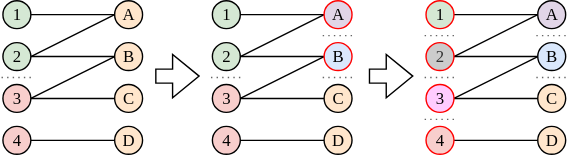
jatsqi/master-thesis-latex keeps this draw.io diagram as Bilder/DrawIO/strat_rec.svg. Above is the earlier version. Source tidied: cells renumbered, new cells last; positions are measured from the earlier drawing's top-left corner, leaving out a move shared by most shapes. Source of this version:
```xml
<mxGraphModel>
  <root>
    <mxCell id="0" />
    <mxCell id="1" parent="0" />
    <mxCell id="2" style="edgeStyle=none;shape=connector;rounded=0;jettySize=auto;html=1;strokeColor=default;align=center;verticalAlign=middle;fontFamily=Helvetica;fontSize=11;fontColor=default;labelBackgroundColor=default;endArrow=none;endFill=0;entryX=0;entryY=0.5;entryDx=0;entryDy=0;" parent="1" edge="1" source="3" target="12">
      <mxGeometry relative="1" as="geometry" />
    </mxCell>
    <mxCell id="3" value="1" style="ellipse;whiteSpace=wrap;html=1;fontFamily=Times New Roman;fillColor=#d5e8d4;strokeColor=default;" parent="1" vertex="1">
      <mxGeometry x="1" width="20" height="20" as="geometry" />
    </mxCell>
    <mxCell id="4" style="edgeStyle=none;shape=connector;rounded=0;jettySize=auto;html=1;entryX=0;entryY=0.5;entryDx=0;entryDy=0;strokeColor=default;align=center;verticalAlign=middle;fontFamily=Helvetica;fontSize=11;fontColor=default;labelBackgroundColor=default;endArrow=none;endFill=0;exitX=1;exitY=0.5;exitDx=0;exitDy=0;" parent="1" edge="1" source="6" target="12">
      <mxGeometry relative="1" as="geometry" />
    </mxCell>
    <mxCell id="5" style="edgeStyle=none;shape=connector;rounded=0;jettySize=auto;html=1;entryX=0;entryY=0.5;entryDx=0;entryDy=0;strokeColor=default;align=center;verticalAlign=middle;fontFamily=Helvetica;fontSize=11;fontColor=default;labelBackgroundColor=default;endArrow=none;endFill=0;" parent="1" edge="1" source="6" target="13">
      <mxGeometry relative="1" as="geometry" />
    </mxCell>
    <mxCell id="6" value="2" style="ellipse;whiteSpace=wrap;html=1;fontFamily=Times New Roman;fillColor=#d5e8d4;strokeColor=default;" parent="1" vertex="1">
      <mxGeometry x="1" y="30" width="20" height="20" as="geometry" />
    </mxCell>
    <mxCell id="7" style="edgeStyle=none;shape=connector;rounded=0;jettySize=auto;html=1;entryX=0;entryY=0.5;entryDx=0;entryDy=0;strokeColor=default;align=center;verticalAlign=middle;fontFamily=Helvetica;fontSize=11;fontColor=default;labelBackgroundColor=default;endArrow=none;endFill=0;exitX=1;exitY=0.5;exitDx=0;exitDy=0;" parent="1" edge="1" source="9" target="14">
      <mxGeometry relative="1" as="geometry" />
    </mxCell>
    <mxCell id="8" style="edgeStyle=none;shape=connector;rounded=0;jettySize=auto;html=1;exitX=1;exitY=0.5;exitDx=0;exitDy=0;entryX=0;entryY=0.5;entryDx=0;entryDy=0;strokeColor=default;align=center;verticalAlign=middle;fontFamily=Helvetica;fontSize=11;fontColor=default;labelBackgroundColor=default;endArrow=none;endFill=0;" parent="1" edge="1" source="9" target="13">
      <mxGeometry relative="1" as="geometry" />
    </mxCell>
    <mxCell id="9" value="3" style="ellipse;whiteSpace=wrap;html=1;fontFamily=Times New Roman;fillColor=#f8cecc;strokeColor=default;" parent="1" vertex="1">
      <mxGeometry x="1" y="60" width="20" height="20" as="geometry" />
    </mxCell>
    <mxCell id="10" style="edgeStyle=none;shape=connector;rounded=0;jettySize=auto;html=1;exitX=1;exitY=0.5;exitDx=0;exitDy=0;entryX=0;entryY=0.5;entryDx=0;entryDy=0;strokeColor=default;align=center;verticalAlign=middle;fontFamily=Helvetica;fontSize=11;fontColor=default;labelBackgroundColor=default;endArrow=none;endFill=0;" parent="1" edge="1" source="11" target="15">
      <mxGeometry relative="1" as="geometry" />
    </mxCell>
    <mxCell id="11" value="4" style="ellipse;whiteSpace=wrap;html=1;fontFamily=Times New Roman;fillColor=#f8cecc;strokeColor=default;" parent="1" vertex="1">
      <mxGeometry x="1" y="90" width="20" height="20" as="geometry" />
    </mxCell>
    <mxCell id="12" value="A" style="ellipse;whiteSpace=wrap;html=1;fontFamily=Times New Roman;fillColor=#ffe6cc;strokeColor=default;" parent="1" vertex="1">
      <mxGeometry x="81" width="20" height="20" as="geometry" />
    </mxCell>
    <mxCell id="13" value="B" style="ellipse;whiteSpace=wrap;html=1;fontFamily=Times New Roman;fillColor=#ffe6cc;strokeColor=default;" parent="1" vertex="1">
      <mxGeometry x="81" y="30" width="20" height="20" as="geometry" />
    </mxCell>
    <mxCell id="14" value="C" style="ellipse;whiteSpace=wrap;html=1;fontFamily=Times New Roman;fillColor=#ffe6cc;strokeColor=default;" parent="1" vertex="1">
      <mxGeometry x="81" y="60" width="20" height="20" as="geometry" />
    </mxCell>
    <mxCell id="15" value="D" style="ellipse;whiteSpace=wrap;html=1;fontFamily=Times New Roman;fillColor=#ffe6cc;strokeColor=default;" parent="1" vertex="1">
      <mxGeometry x="81" y="90" width="20" height="20" as="geometry" />
    </mxCell>
    <mxCell id="16" style="endArrow=none;dashed=1;html=1;dashPattern=1 3;strokeWidth=1;rounded=0;strokeColor=#666666;align=center;verticalAlign=middle;fontFamily=Helvetica;fontSize=11;fontColor=default;labelBackgroundColor=default;fillColor=#f5f5f5;" parent="1" edge="1">
      <mxGeometry relative="1" as="geometry">
        <mxPoint y="55" as="sourcePoint" />
        <mxPoint x="22" y="55" as="targetPoint" />
      </mxGeometry>
    </mxCell>
    <mxCell id="17" style="edgeStyle=none;shape=connector;rounded=0;jettySize=auto;html=1;strokeColor=default;align=center;verticalAlign=middle;fontFamily=Helvetica;fontSize=11;fontColor=default;labelBackgroundColor=default;endArrow=none;endFill=0;entryX=0;entryY=0.5;entryDx=0;entryDy=0;" parent="1" edge="1" source="18" target="27">
      <mxGeometry relative="1" as="geometry" />
    </mxCell>
    <mxCell id="18" value="1" style="ellipse;whiteSpace=wrap;html=1;fontFamily=Times New Roman;fillColor=#d5e8d4;strokeColor=default;" parent="1" vertex="1">
      <mxGeometry x="151" width="20" height="20" as="geometry" />
    </mxCell>
    <mxCell id="19" style="edgeStyle=none;shape=connector;rounded=0;jettySize=auto;html=1;entryX=0;entryY=0.5;entryDx=0;entryDy=0;strokeColor=default;align=center;verticalAlign=middle;fontFamily=Helvetica;fontSize=11;fontColor=default;labelBackgroundColor=default;endArrow=none;endFill=0;exitX=1;exitY=0.5;exitDx=0;exitDy=0;" parent="1" edge="1" source="21" target="27">
      <mxGeometry relative="1" as="geometry" />
    </mxCell>
    <mxCell id="20" style="edgeStyle=none;shape=connector;rounded=0;jettySize=auto;html=1;entryX=0;entryY=0.5;entryDx=0;entryDy=0;strokeColor=default;align=center;verticalAlign=middle;fontFamily=Helvetica;fontSize=11;fontColor=default;labelBackgroundColor=default;endArrow=none;endFill=0;" parent="1" edge="1" source="21" target="28">
      <mxGeometry relative="1" as="geometry" />
    </mxCell>
    <mxCell id="21" value="2" style="ellipse;whiteSpace=wrap;html=1;fontFamily=Times New Roman;fillColor=#d5e8d4;strokeColor=default;" parent="1" vertex="1">
      <mxGeometry x="151" y="30" width="20" height="20" as="geometry" />
    </mxCell>
    <mxCell id="22" style="edgeStyle=none;shape=connector;rounded=0;jettySize=auto;html=1;entryX=0;entryY=0.5;entryDx=0;entryDy=0;strokeColor=default;align=center;verticalAlign=middle;fontFamily=Helvetica;fontSize=11;fontColor=default;labelBackgroundColor=default;endArrow=none;endFill=0;exitX=1;exitY=0.5;exitDx=0;exitDy=0;" parent="1" edge="1" source="24" target="29">
      <mxGeometry relative="1" as="geometry" />
    </mxCell>
    <mxCell id="23" style="edgeStyle=none;shape=connector;rounded=0;jettySize=auto;html=1;exitX=1;exitY=0.5;exitDx=0;exitDy=0;entryX=0;entryY=0.5;entryDx=0;entryDy=0;strokeColor=default;align=center;verticalAlign=middle;fontFamily=Helvetica;fontSize=11;fontColor=default;labelBackgroundColor=default;endArrow=none;endFill=0;" parent="1" edge="1" source="24" target="28">
      <mxGeometry relative="1" as="geometry" />
    </mxCell>
    <mxCell id="24" value="3" style="ellipse;whiteSpace=wrap;html=1;fontFamily=Times New Roman;fillColor=#f8cecc;strokeColor=default;" parent="1" vertex="1">
      <mxGeometry x="151" y="60" width="20" height="20" as="geometry" />
    </mxCell>
    <mxCell id="25" style="edgeStyle=none;shape=connector;rounded=0;jettySize=auto;html=1;exitX=1;exitY=0.5;exitDx=0;exitDy=0;entryX=0;entryY=0.5;entryDx=0;entryDy=0;strokeColor=default;align=center;verticalAlign=middle;fontFamily=Helvetica;fontSize=11;fontColor=default;labelBackgroundColor=default;endArrow=none;endFill=0;" parent="1" edge="1" source="26" target="30">
      <mxGeometry relative="1" as="geometry" />
    </mxCell>
    <mxCell id="26" value="4" style="ellipse;whiteSpace=wrap;html=1;fontFamily=Times New Roman;fillColor=#f8cecc;strokeColor=default;" parent="1" vertex="1">
      <mxGeometry x="151" y="90" width="20" height="20" as="geometry" />
    </mxCell>
    <mxCell id="27" value="A" style="ellipse;whiteSpace=wrap;html=1;fontFamily=Times New Roman;fillColor=#e1d5e7;strokeColor=#FF0000;" parent="1" vertex="1">
      <mxGeometry x="231" width="20" height="20" as="geometry" />
    </mxCell>
    <mxCell id="28" value="B" style="ellipse;whiteSpace=wrap;html=1;fontFamily=Times New Roman;fillColor=#dae8fc;strokeColor=#FF0000;" parent="1" vertex="1">
      <mxGeometry x="231" y="30" width="20" height="20" as="geometry" />
    </mxCell>
    <mxCell id="29" value="C" style="ellipse;whiteSpace=wrap;html=1;fontFamily=Times New Roman;fillColor=#ffe6cc;strokeColor=default;" parent="1" vertex="1">
      <mxGeometry x="231" y="60" width="20" height="20" as="geometry" />
    </mxCell>
    <mxCell id="30" value="D" style="ellipse;whiteSpace=wrap;html=1;fontFamily=Times New Roman;fillColor=#ffe6cc;strokeColor=default;" parent="1" vertex="1">
      <mxGeometry x="231" y="90" width="20" height="20" as="geometry" />
    </mxCell>
    <mxCell id="31" style="endArrow=none;dashed=1;html=1;dashPattern=1 3;strokeWidth=1;rounded=0;strokeColor=#666666;align=center;verticalAlign=middle;fontFamily=Helvetica;fontSize=11;fontColor=default;labelBackgroundColor=default;fillColor=#f5f5f5;" parent="1" edge="1">
      <mxGeometry relative="1" as="geometry">
        <mxPoint x="150" y="55" as="sourcePoint" />
        <mxPoint x="172" y="55" as="targetPoint" />
      </mxGeometry>
    </mxCell>
    <mxCell id="32" style="shape=flexArrow;endArrow=classic;html=1;rounded=0;align=center;verticalAlign=middle;fontFamily=Helvetica;fontSize=11;fontColor=default;labelBackgroundColor=default;shadow=0;flowAnimation=0;" parent="1" edge="1">
      <mxGeometry relative="1" as="geometry">
        <mxPoint x="110" y="54" as="sourcePoint" />
        <mxPoint x="142" y="54" as="targetPoint" />
      </mxGeometry>
    </mxCell>
    <mxCell id="33" style="edgeStyle=none;shape=connector;rounded=0;jettySize=auto;html=1;strokeColor=default;align=center;verticalAlign=middle;fontFamily=Helvetica;fontSize=11;fontColor=default;labelBackgroundColor=default;endArrow=none;endFill=0;entryX=0;entryY=0.5;entryDx=0;entryDy=0;" parent="1" edge="1" source="34" target="43">
      <mxGeometry relative="1" as="geometry" />
    </mxCell>
    <mxCell id="34" value="1" style="ellipse;whiteSpace=wrap;html=1;fontFamily=Times New Roman;fillColor=#d5e8d4;strokeColor=#FF0000;" parent="1" vertex="1">
      <mxGeometry x="304" width="20" height="20" as="geometry" />
    </mxCell>
    <mxCell id="35" style="edgeStyle=none;shape=connector;rounded=0;jettySize=auto;html=1;entryX=0;entryY=0.5;entryDx=0;entryDy=0;strokeColor=default;align=center;verticalAlign=middle;fontFamily=Helvetica;fontSize=11;fontColor=default;labelBackgroundColor=default;endArrow=none;endFill=0;exitX=1;exitY=0.5;exitDx=0;exitDy=0;" parent="1" edge="1" source="37" target="43">
      <mxGeometry relative="1" as="geometry" />
    </mxCell>
    <mxCell id="36" style="edgeStyle=none;shape=connector;rounded=0;jettySize=auto;html=1;entryX=0;entryY=0.5;entryDx=0;entryDy=0;strokeColor=default;align=center;verticalAlign=middle;fontFamily=Helvetica;fontSize=11;fontColor=default;labelBackgroundColor=default;endArrow=none;endFill=0;" parent="1" edge="1" source="37" target="44">
      <mxGeometry relative="1" as="geometry" />
    </mxCell>
    <mxCell id="37" value="2" style="ellipse;whiteSpace=wrap;html=1;fontFamily=Times New Roman;fillColor=#CCCCCC;strokeColor=#FF0000;fontColor=#333333;" parent="1" vertex="1">
      <mxGeometry x="304" y="30" width="20" height="20" as="geometry" />
    </mxCell>
    <mxCell id="38" style="edgeStyle=none;shape=connector;rounded=0;jettySize=auto;html=1;entryX=0;entryY=0.5;entryDx=0;entryDy=0;strokeColor=default;align=center;verticalAlign=middle;fontFamily=Helvetica;fontSize=11;fontColor=default;labelBackgroundColor=default;endArrow=none;endFill=0;exitX=1;exitY=0.5;exitDx=0;exitDy=0;" parent="1" edge="1" source="40" target="45">
      <mxGeometry relative="1" as="geometry" />
    </mxCell>
    <mxCell id="39" style="edgeStyle=none;shape=connector;rounded=0;jettySize=auto;html=1;exitX=1;exitY=0.5;exitDx=0;exitDy=0;entryX=0;entryY=0.5;entryDx=0;entryDy=0;strokeColor=default;align=center;verticalAlign=middle;fontFamily=Helvetica;fontSize=11;fontColor=default;labelBackgroundColor=default;endArrow=none;endFill=0;" parent="1" edge="1" source="40" target="44">
      <mxGeometry relative="1" as="geometry" />
    </mxCell>
    <mxCell id="40" value="3" style="ellipse;whiteSpace=wrap;html=1;fontFamily=Times New Roman;fillColor=#FFCCFF;strokeColor=#FF0000;" parent="1" vertex="1">
      <mxGeometry x="304" y="60" width="20" height="20" as="geometry" />
    </mxCell>
    <mxCell id="41" style="edgeStyle=none;shape=connector;rounded=0;jettySize=auto;html=1;exitX=1;exitY=0.5;exitDx=0;exitDy=0;entryX=0;entryY=0.5;entryDx=0;entryDy=0;strokeColor=default;align=center;verticalAlign=middle;fontFamily=Helvetica;fontSize=11;fontColor=default;labelBackgroundColor=default;endArrow=none;endFill=0;" parent="1" edge="1" source="42" target="46">
      <mxGeometry relative="1" as="geometry" />
    </mxCell>
    <mxCell id="42" value="4" style="ellipse;whiteSpace=wrap;html=1;fontFamily=Times New Roman;fillColor=#f8cecc;strokeColor=#FF0000;" parent="1" vertex="1">
      <mxGeometry x="304" y="90" width="20" height="20" as="geometry" />
    </mxCell>
    <mxCell id="43" value="A" style="ellipse;whiteSpace=wrap;html=1;fontFamily=Times New Roman;fillColor=#e1d5e7;strokeColor=default;" parent="1" vertex="1">
      <mxGeometry x="384" width="20" height="20" as="geometry" />
    </mxCell>
    <mxCell id="44" value="B" style="ellipse;whiteSpace=wrap;html=1;fontFamily=Times New Roman;fillColor=#dae8fc;strokeColor=default;" parent="1" vertex="1">
      <mxGeometry x="384" y="30" width="20" height="20" as="geometry" />
    </mxCell>
    <mxCell id="45" value="C" style="ellipse;whiteSpace=wrap;html=1;fontFamily=Times New Roman;fillColor=#ffe6cc;strokeColor=default;" parent="1" vertex="1">
      <mxGeometry x="384" y="60" width="20" height="20" as="geometry" />
    </mxCell>
    <mxCell id="46" value="D" style="ellipse;whiteSpace=wrap;html=1;fontFamily=Times New Roman;fillColor=#ffe6cc;strokeColor=default;" parent="1" vertex="1">
      <mxGeometry x="384" y="90" width="20" height="20" as="geometry" />
    </mxCell>
    <mxCell id="47" style="endArrow=none;dashed=1;html=1;dashPattern=1 3;strokeWidth=1;rounded=0;strokeColor=#666666;align=center;verticalAlign=middle;fontFamily=Helvetica;fontSize=11;fontColor=default;labelBackgroundColor=default;fillColor=#f5f5f5;" parent="1" edge="1">
      <mxGeometry relative="1" as="geometry">
        <mxPoint x="303" y="55" as="sourcePoint" />
        <mxPoint x="325" y="55" as="targetPoint" />
      </mxGeometry>
    </mxCell>
    <mxCell id="48" style="shape=flexArrow;endArrow=classic;html=1;rounded=0;align=center;verticalAlign=middle;fontFamily=Helvetica;fontSize=11;fontColor=default;labelBackgroundColor=default;shadow=0;flowAnimation=0;" parent="1" edge="1">
      <mxGeometry relative="1" as="geometry">
        <mxPoint x="263" y="54" as="sourcePoint" />
        <mxPoint x="295" y="54" as="targetPoint" />
      </mxGeometry>
    </mxCell>
    <mxCell id="49" style="endArrow=none;dashed=1;html=1;dashPattern=1 3;strokeWidth=1;rounded=0;strokeColor=#666666;align=center;verticalAlign=middle;fontFamily=Helvetica;fontSize=11;fontColor=default;labelBackgroundColor=default;fillColor=#f5f5f5;" parent="1" edge="1">
      <mxGeometry relative="1" as="geometry">
        <mxPoint x="230" y="25" as="sourcePoint" />
        <mxPoint x="252" y="25" as="targetPoint" />
      </mxGeometry>
    </mxCell>
    <mxCell id="50" style="endArrow=none;dashed=1;html=1;dashPattern=1 3;strokeWidth=1;rounded=0;strokeColor=#666666;align=center;verticalAlign=middle;fontFamily=Helvetica;fontSize=11;fontColor=default;labelBackgroundColor=default;fillColor=#f5f5f5;" parent="1" edge="1">
      <mxGeometry relative="1" as="geometry">
        <mxPoint x="230" y="55" as="sourcePoint" />
        <mxPoint x="252" y="55" as="targetPoint" />
      </mxGeometry>
    </mxCell>
    <mxCell id="51" style="endArrow=none;dashed=1;html=1;dashPattern=1 3;strokeWidth=1;rounded=0;strokeColor=#666666;align=center;verticalAlign=middle;fontFamily=Helvetica;fontSize=11;fontColor=default;labelBackgroundColor=default;fillColor=#f5f5f5;" parent="1" edge="1">
      <mxGeometry relative="1" as="geometry">
        <mxPoint x="303" y="85" as="sourcePoint" />
        <mxPoint x="325" y="85" as="targetPoint" />
      </mxGeometry>
    </mxCell>
    <mxCell id="52" style="endArrow=none;dashed=1;html=1;dashPattern=1 3;strokeWidth=1;rounded=0;strokeColor=#666666;align=center;verticalAlign=middle;fontFamily=Helvetica;fontSize=11;fontColor=default;labelBackgroundColor=default;fillColor=#f5f5f5;" parent="1" edge="1">
      <mxGeometry relative="1" as="geometry">
        <mxPoint x="303" y="25" as="sourcePoint" />
        <mxPoint x="325" y="25" as="targetPoint" />
      </mxGeometry>
    </mxCell>
    <mxCell id="53" style="endArrow=none;dashed=1;html=1;dashPattern=1 3;strokeWidth=1;rounded=0;strokeColor=#666666;align=center;verticalAlign=middle;fontFamily=Helvetica;fontSize=11;fontColor=default;labelBackgroundColor=default;fillColor=#f5f5f5;" parent="1" edge="1">
      <mxGeometry relative="1" as="geometry">
        <mxPoint x="383" y="55" as="sourcePoint" />
        <mxPoint x="405" y="55" as="targetPoint" />
      </mxGeometry>
    </mxCell>
    <mxCell id="54" style="endArrow=none;dashed=1;html=1;dashPattern=1 3;strokeWidth=1;rounded=0;strokeColor=#666666;align=center;verticalAlign=middle;fontFamily=Helvetica;fontSize=11;fontColor=default;labelBackgroundColor=default;fillColor=#f5f5f5;" parent="1" edge="1">
      <mxGeometry relative="1" as="geometry">
        <mxPoint x="383" y="25" as="sourcePoint" />
        <mxPoint x="405" y="25" as="targetPoint" />
      </mxGeometry>
    </mxCell>
  </root>
</mxGraphModel>
```
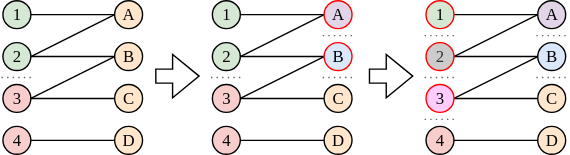
The same diagram one commit later.

Diff of the diagram source:
```diff
@@ -131,7 +131,7 @@
     <mxCell id="41" style="edgeStyle=none;shape=connector;rounded=0;jettySize=auto;html=1;exitX=1;exitY=0.5;exitDx=0;exitDy=0;entryX=0;entryY=0.5;entryDx=0;entryDy=0;strokeColor=default;align=center;verticalAlign=middle;fontFamily=Helvetica;fontSize=11;fontColor=default;labelBackgroundColor=default;endArrow=none;endFill=0;" parent="1" edge="1" source="42" target="46">
       <mxGeometry relative="1" as="geometry" />
     </mxCell>
-    <mxCell id="42" value="4" style="ellipse;whiteSpace=wrap;html=1;fontFamily=Times New Roman;fillColor=#f8cecc;strokeColor=#FF0000;" parent="1" vertex="1">
+    <mxCell id="42" value="4" style="ellipse;whiteSpace=wrap;html=1;fontFamily=Times New Roman;fillColor=#f8cecc;strokeColor=default;" parent="1" vertex="1">
       <mxGeometry x="304" y="90" width="20" height="20" as="geometry" />
     </mxCell>
     <mxCell id="43" value="A" style="ellipse;whiteSpace=wrap;html=1;fontFamily=Times New Roman;fillColor=#e1d5e7;strokeColor=default;" parent="1" vertex="1">
```
